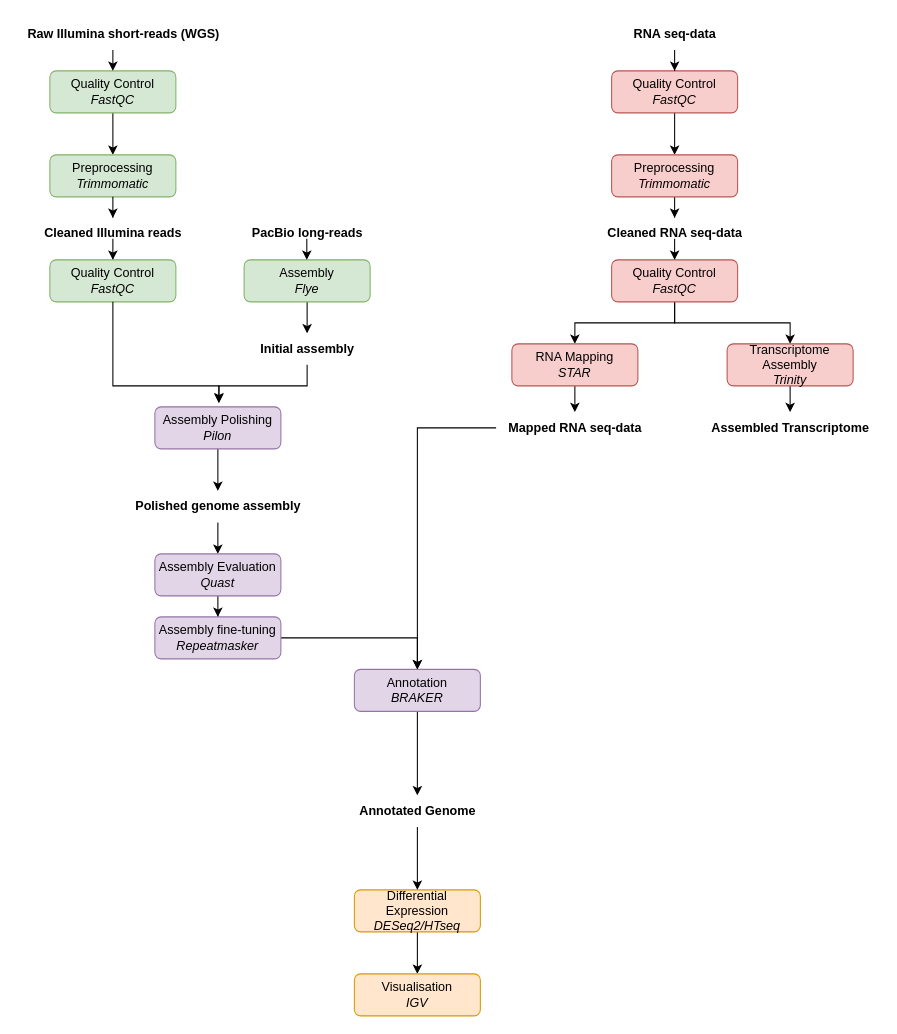
Earlier version of the draw.io diagram Namnlöst diagram.drawio (ralfcat/Durian_fruit_genomeanalysis). Source tidied: cells renumbered, new cells numbered last; positions are measured from the earlier drawing's top-left corner, leaving out a move shared by most shapes. Both pictures are drawn from the tidied source at 105%, with x=0, y=0 at pixel (18, 18).
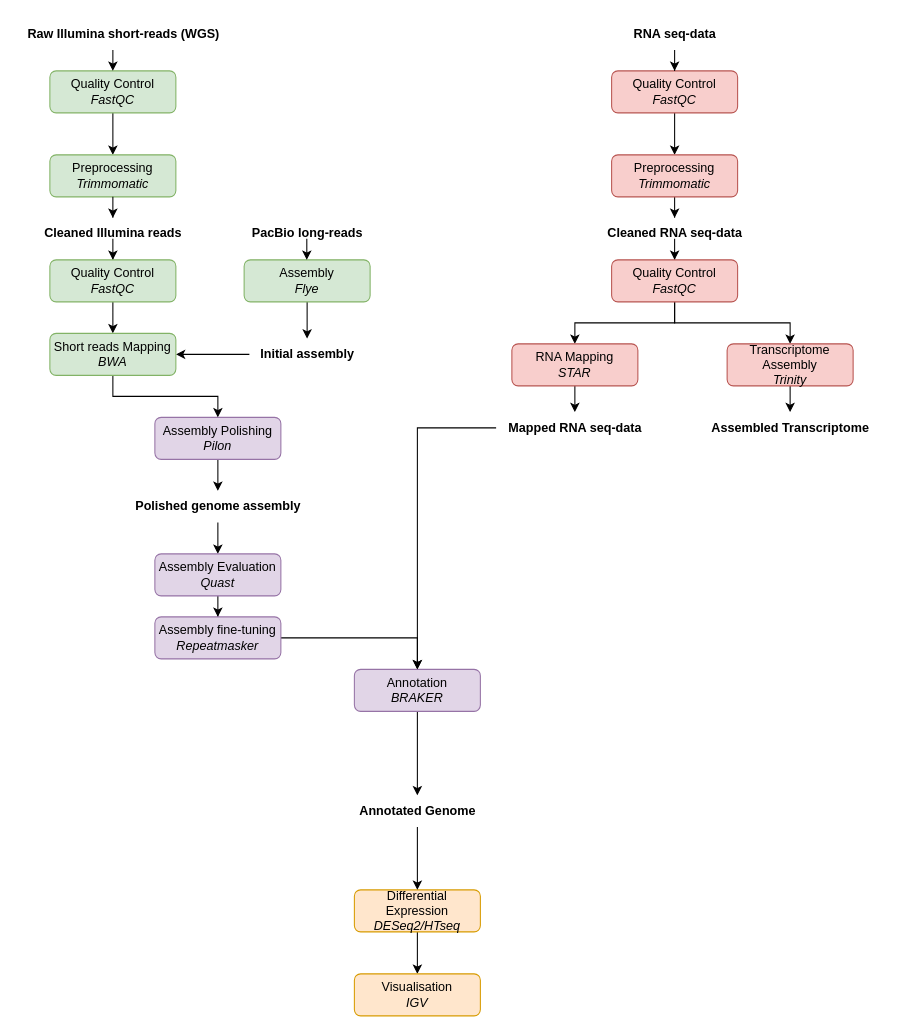
Above is the later version.

Unchanged cells that the change refers to:
```xml
<mxCell id="8" value="&lt;div&gt;Quality Control&lt;br&gt;&lt;/div&gt;&lt;i&gt;FastQC&lt;/i&gt;" style="rounded=1;whiteSpace=wrap;html=1;fontSize=12;glass=0;strokeWidth=1;shadow=0;fillColor=#d5e8d4;strokeColor=#82b366;" parent="1" vertex="1">
  <mxGeometry x="30" y="230" width="120" height="40" as="geometry" />
</mxCell>
```

What changed in the source:
```diff
@@
+    <mxCell id="51" style="edgeStyle=orthogonalEdgeStyle;rounded=0;jettySize=auto;html=1;" parent="1" edge="1" source="8" target="54">
+      <mxGeometry relative="1" as="geometry" />
+    </mxCell>
@@
     <mxCell id="13" value="&lt;div&gt;Assembly Polishing&lt;br&gt;&lt;/div&gt;&lt;i&gt;Pilon&lt;/i&gt;" style="rounded=1;whiteSpace=wrap;html=1;fontSize=12;glass=0;strokeWidth=1;shadow=0;fillColor=#e1d5e7;strokeColor=#9673a6;" parent="1" vertex="1">
-      <mxGeometry x="130" y="370" width="120" height="40" as="geometry" />
+      <mxGeometry x="130" y="380" width="120" height="40" as="geometry" />
     </mxCell>
@@
+    <mxCell id="52" style="edgeStyle=orthogonalEdgeStyle;rounded=0;jettySize=auto;html=1;" parent="1" edge="1" source="16" target="54">
+      <mxGeometry relative="1" as="geometry">
+        <Array as="points">
+          <mxPoint x="190" y="320" />
+          <mxPoint x="190" y="320" />
+        </Array>
+      </mxGeometry>
+    </mxCell>
     <mxCell id="16" value="&lt;b&gt;Initial assembly&lt;/b&gt;" style="text;html=1;align=center;verticalAlign=middle;points=[];strokeColor=none;fillColor=none;" parent="1" vertex="1">
-      <mxGeometry x="220" y="300" width="110" height="30" as="geometry" />
+      <mxGeometry x="220" y="305" width="110" height="30" as="geometry" />
     </mxCell>
@@
-    <mxCell id="18" style="edgeStyle=orthogonalEdgeStyle;rounded=0;jettySize=auto;html=1;entryX=0.508;entryY=-0.089;entryDx=0;entryDy=0;entryPerimeter=0;exitX=0.5;exitY=1;exitDx=0;exitDy=0;" parent="1" edge="1" source="8" target="13">
-      <mxGeometry relative="1" as="geometry">
-        <Array as="points">
-          <mxPoint x="90" y="350" />
-          <mxPoint x="191" y="350" />
-        </Array>
-      </mxGeometry>
-    </mxCell>
-    <mxCell id="19" style="edgeStyle=orthogonalEdgeStyle;rounded=0;jettySize=auto;html=1;entryX=0.508;entryY=-0.104;entryDx=0;entryDy=0;entryPerimeter=0;" parent="1" edge="1" source="16" target="13">
-      <mxGeometry relative="1" as="geometry" />
-    </mxCell>
@@
+    <mxCell id="53" style="edgeStyle=orthogonalEdgeStyle;rounded=0;jettySize=auto;html=1;" parent="1" edge="1" source="54" target="13">
+      <mxGeometry relative="1" as="geometry" />
+    </mxCell>
+    <mxCell id="54" value="&lt;div&gt;Short reads Mapping&lt;/div&gt;&lt;div&gt;&lt;i&gt;BWA&lt;/i&gt;&lt;br&gt;&lt;/div&gt;&lt;i&gt;&lt;/i&gt;" style="rounded=1;whiteSpace=wrap;html=1;fontSize=12;glass=0;strokeWidth=1;shadow=0;fillColor=#d5e8d4;strokeColor=#82b366;" parent="1" vertex="1">
+      <mxGeometry x="30" y="300" width="120" height="40" as="geometry" />
+    </mxCell>
```
